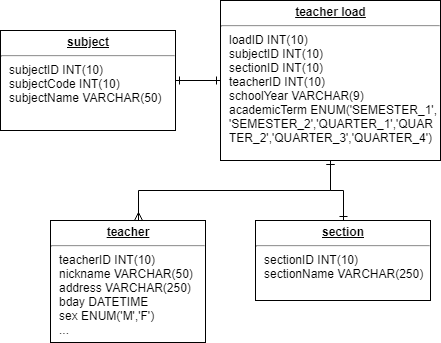
This is SP/Teacher-Load.png from blankart/dhla-web-app, a draw.io export, as it was before one commit. Source tidied: cells renumbered, new cells last; positions are measured from the earlier drawing's top-left corner, leaving out a move shared by most shapes.
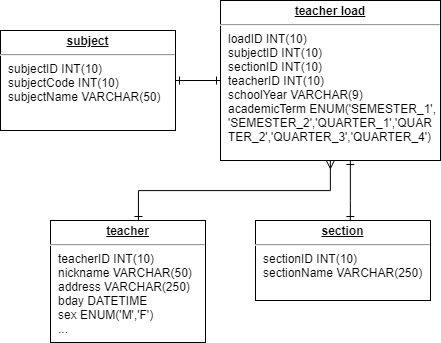
Later version of the same file.

What changed in the source:
```diff
@@ -6,12 +6,17 @@
       <mxGeometry x="220" width="220" height="160" as="geometry" />
     </mxCell>
     <mxCell id="3" style="edgeStyle=orthogonalEdgeStyle;rounded=0;jettySize=auto;html=1;startArrow=ERone;startFill=0;endArrow=ERone;endFill=0;" parent="1" edge="1" source="4" target="2">
-      <mxGeometry relative="1" as="geometry" />
+      <mxGeometry relative="1" as="geometry">
+        <Array as="points">
+          <mxPoint x="350" y="200" />
+          <mxPoint x="350" y="200" />
+        </Array>
+      </mxGeometry>
     </mxCell>
     <mxCell id="4" value="&lt;p style=&quot;margin: 0px ; margin-top: 4px ; text-align: center ; text-decoration: underline&quot;&gt;&lt;b&gt;section&lt;/b&gt;&lt;/p&gt;&lt;hr&gt;&lt;p style=&quot;margin: 0px ; margin-left: 8px&quot;&gt;sectionID INT(10)&lt;/p&gt;&lt;p style=&quot;margin: 0px ; margin-left: 8px&quot;&gt;sectionName VARCHAR(250)&lt;/p&gt;" style="verticalAlign=top;align=left;overflow=fill;fontSize=12;fontFamily=Helvetica;html=1;rounded=0;shadow=0;comic=0;labelBackgroundColor=none;strokeColor=#000000;strokeWidth=1;fillColor=#ffffff;" parent="1" vertex="1">
       <mxGeometry x="255" y="220" width="175" height="80" as="geometry" />
     </mxCell>
-    <mxCell id="5" style="edgeStyle=orthogonalEdgeStyle;rounded=0;jettySize=auto;html=1;startArrow=ERmany;startFill=0;endArrow=ERone;endFill=0;" parent="1" edge="1" source="6" target="2">
+    <mxCell id="5" style="edgeStyle=orthogonalEdgeStyle;rounded=0;jettySize=auto;html=1;startArrow=ERone;startFill=0;endArrow=ERmany;endFill=0;" parent="1" edge="1" source="6" target="2">
       <mxGeometry relative="1" as="geometry">
         <Array as="points">
           <mxPoint x="138" y="190" />
```
